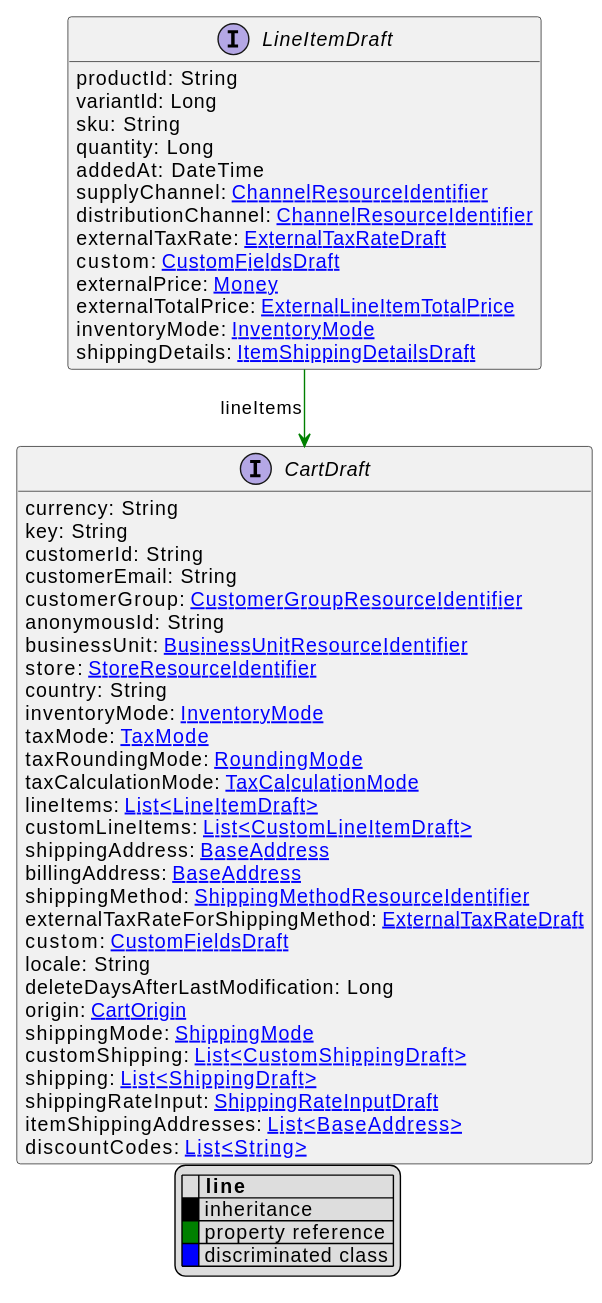
Earlier version of the PlantUML export uml/api/svg/LineItemDraft.svg (commercetools/commercetools-api-reference).
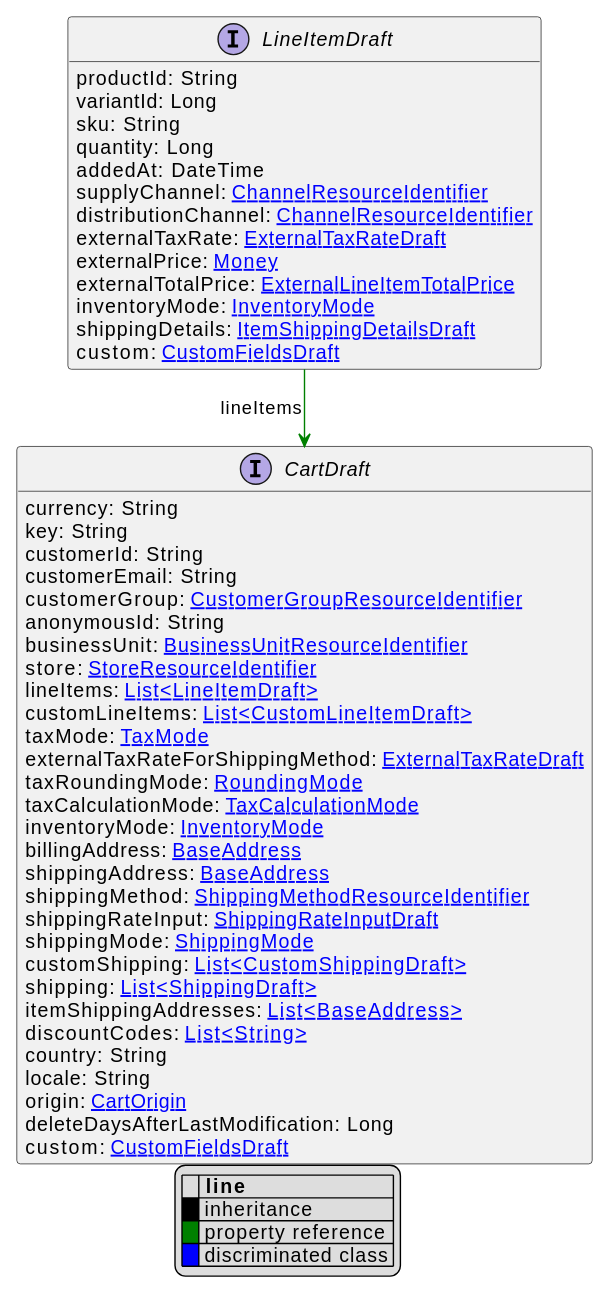
The same file after the commit.

Change to the diagram source:
```diff
@@ -17,11 +17,11 @@
     supplyChannel: [[ChannelResourceIdentifier.svg ChannelResourceIdentifier]]
     distributionChannel: [[ChannelResourceIdentifier.svg ChannelResourceIdentifier]]
     externalTaxRate: [[ExternalTaxRateDraft.svg ExternalTaxRateDraft]]
-    custom: [[CustomFieldsDraft.svg CustomFieldsDraft]]
     externalPrice: [[Money.svg Money]]
     externalTotalPrice: [[ExternalLineItemTotalPrice.svg ExternalLineItemTotalPrice]]
     inventoryMode: [[InventoryMode.svg InventoryMode]]
     shippingDetails: [[ItemShippingDetailsDraft.svg ItemShippingDetailsDraft]]
+    custom: [[CustomFieldsDraft.svg CustomFieldsDraft]]
 }
 
 
@@ -35,27 +35,27 @@
     anonymousId: String
     businessUnit: [[BusinessUnitResourceIdentifier.svg BusinessUnitResourceIdentifier]]
     store: [[StoreResourceIdentifier.svg StoreResourceIdentifier]]
-    country: String
-    inventoryMode: [[InventoryMode.svg InventoryMode]]
+    lineItems: [[LineItemDraft.svg List<LineItemDraft>]]
+    customLineItems: [[CustomLineItemDraft.svg List<CustomLineItemDraft>]]
     taxMode: [[TaxMode.svg TaxMode]]
+    externalTaxRateForShippingMethod: [[ExternalTaxRateDraft.svg ExternalTaxRateDraft]]
     taxRoundingMode: [[RoundingMode.svg RoundingMode]]
     taxCalculationMode: [[TaxCalculationMode.svg TaxCalculationMode]]
-    lineItems: [[LineItemDraft.svg List<LineItemDraft>]]
-    customLineItems: [[CustomLineItemDraft.svg List<CustomLineItemDraft>]]
+    inventoryMode: [[InventoryMode.svg InventoryMode]]
+    billingAddress: [[BaseAddress.svg BaseAddress]]
     shippingAddress: [[BaseAddress.svg BaseAddress]]
-    billingAddress: [[BaseAddress.svg BaseAddress]]
     shippingMethod: [[ShippingMethodResourceIdentifier.svg ShippingMethodResourceIdentifier]]
-    externalTaxRateForShippingMethod: [[ExternalTaxRateDraft.svg ExternalTaxRateDraft]]
-    custom: [[CustomFieldsDraft.svg CustomFieldsDraft]]
-    locale: String
-    deleteDaysAfterLastModification: Long
-    origin: [[CartOrigin.svg CartOrigin]]
+    shippingRateInput: [[ShippingRateInputDraft.svg ShippingRateInputDraft]]
     shippingMode: [[ShippingMode.svg ShippingMode]]
     customShipping: [[CustomShippingDraft.svg List<CustomShippingDraft>]]
     shipping: [[ShippingDraft.svg List<ShippingDraft>]]
-    shippingRateInput: [[ShippingRateInputDraft.svg ShippingRateInputDraft]]
     itemShippingAddresses: [[BaseAddress.svg List<BaseAddress>]]
     discountCodes: [[String.svg List<String>]]
+    country: String
+    locale: String
+    origin: [[CartOrigin.svg CartOrigin]]
+    deleteDaysAfterLastModification: Long
+    custom: [[CustomFieldsDraft.svg CustomFieldsDraft]]
 }
 
 LineItemDraft --> CartDraft #green;text:green : "lineItems"
```
